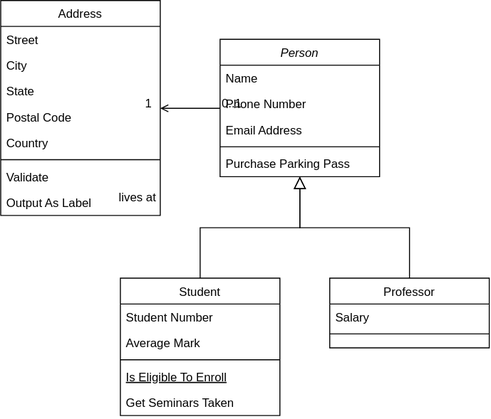
This is TestProgram.drawio.svg from Nuttph/FlowChartTestProgram, a draw.io export, as it was before one commit. Source tidied: cells renumbered, new cells last; positions are measured from the earlier drawing's top-left corner, leaving out a move shared by most shapes.
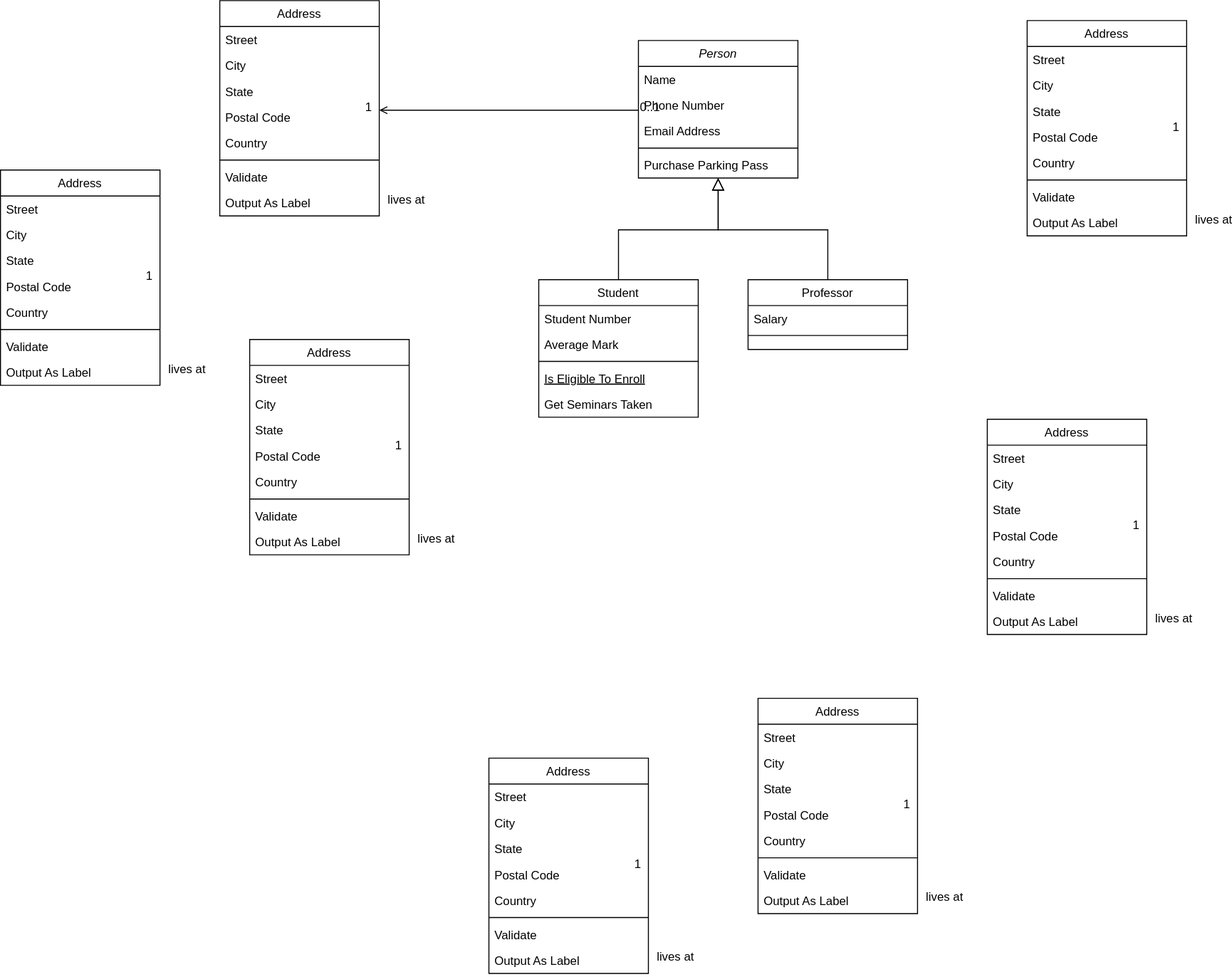
The same file after the commit.

The edit, as a diff of the source:
```diff
@@ -54,7 +54,7 @@
       <mxGeometry relative="1" as="geometry" />
     </mxCell>
     <mxCell id="19" value="Address" style="swimlane;fontStyle=0;align=center;verticalAlign=top;horizontal=1;startSize=26;rounded=0;shadow=0;strokeWidth=1;" parent="1" vertex="1">
-      <mxGeometry width="160" height="216" as="geometry" />
+      <mxGeometry x="-200" y="-1" width="160" height="216" as="geometry" />
     </mxCell>
     <mxCell id="20" value="Street" style="text;align=left;verticalAlign=top;spacingLeft=4;spacingRight=4;overflow=hidden;" parent="19" vertex="1">
       <mxGeometry y="26" width="160" height="26" as="geometry" />
@@ -100,5 +100,203 @@
         <mxPoint x="-38" y="40" as="offset" />
       </mxGeometry>
     </mxCell>
+    <mxCell id="32" value="Address" style="swimlane;fontStyle=0;align=center;verticalAlign=top;horizontal=1;startSize=26;rounded=0;shadow=0;strokeWidth=1;" parent="1" vertex="1">
+      <mxGeometry x="-170" y="339" width="160" height="216" as="geometry" />
+    </mxCell>
+    <mxCell id="33" value="Street" style="text;align=left;verticalAlign=top;spacingLeft=4;spacingRight=4;overflow=hidden;" parent="32" vertex="1">
+      <mxGeometry y="26" width="160" height="26" as="geometry" />
+    </mxCell>
+    <mxCell id="34" value="City" style="text;align=left;verticalAlign=top;spacingLeft=4;spacingRight=4;overflow=hidden;rounded=0;shadow=0;html=0;" parent="32" vertex="1">
+      <mxGeometry y="52" width="160" height="26" as="geometry" />
+    </mxCell>
+    <mxCell id="35" value="State" style="text;align=left;verticalAlign=top;spacingLeft=4;spacingRight=4;overflow=hidden;rounded=0;shadow=0;html=0;" parent="32" vertex="1">
+      <mxGeometry y="78" width="160" height="26" as="geometry" />
+    </mxCell>
+    <mxCell id="36" value="Postal Code" style="text;align=left;verticalAlign=top;spacingLeft=4;spacingRight=4;overflow=hidden;rounded=0;shadow=0;html=0;" parent="32" vertex="1">
+      <mxGeometry y="104" width="160" height="26" as="geometry" />
+    </mxCell>
+    <mxCell id="37" value="Country" style="text;align=left;verticalAlign=top;spacingLeft=4;spacingRight=4;overflow=hidden;rounded=0;shadow=0;html=0;" parent="32" vertex="1">
+      <mxGeometry y="130" width="160" height="26" as="geometry" />
+    </mxCell>
+    <mxCell id="38" style="line;html=1;strokeWidth=1;align=left;verticalAlign=middle;spacingTop=-1;spacingLeft=3;spacingRight=3;labelPosition=right;" parent="32" vertex="1">
+      <mxGeometry y="156" width="160" height="8" as="geometry" />
+    </mxCell>
+    <mxCell id="39" value="Validate" style="text;align=left;verticalAlign=top;spacingLeft=4;spacingRight=4;overflow=hidden;" parent="32" vertex="1">
+      <mxGeometry y="164" width="160" height="26" as="geometry" />
+    </mxCell>
+    <mxCell id="40" value="Output As Label" style="text;align=left;verticalAlign=top;spacingLeft=4;spacingRight=4;overflow=hidden;" parent="32" vertex="1">
+      <mxGeometry y="190" width="160" height="26" as="geometry" />
+    </mxCell>
+    <mxCell id="41" value="1" style="align=right;verticalAlign=bottom;labelBackgroundColor=none;fontSize=12;" parent="1" vertex="1">
+      <mxGeometry x="-17" y="453" as="geometry" />
+    </mxCell>
+    <mxCell id="42" value="lives at" style="text;html=1;align=center;verticalAlign=middle;labelBackgroundColor=none;rounded=0;shadow=0;strokeWidth=1;fontSize=12;" parent="1" vertex="1">
+      <mxGeometry x="16" y="538" as="geometry" />
+    </mxCell>
+    <mxCell id="43" value="Address" style="swimlane;fontStyle=0;align=center;verticalAlign=top;horizontal=1;startSize=26;rounded=0;shadow=0;strokeWidth=1;" parent="1" vertex="1">
+      <mxGeometry x="340" y="699" width="160" height="216" as="geometry" />
+    </mxCell>
+    <mxCell id="44" value="Street" style="text;align=left;verticalAlign=top;spacingLeft=4;spacingRight=4;overflow=hidden;" parent="43" vertex="1">
+      <mxGeometry y="26" width="160" height="26" as="geometry" />
+    </mxCell>
+    <mxCell id="45" value="City" style="text;align=left;verticalAlign=top;spacingLeft=4;spacingRight=4;overflow=hidden;rounded=0;shadow=0;html=0;" parent="43" vertex="1">
+      <mxGeometry y="52" width="160" height="26" as="geometry" />
+    </mxCell>
+    <mxCell id="46" value="State" style="text;align=left;verticalAlign=top;spacingLeft=4;spacingRight=4;overflow=hidden;rounded=0;shadow=0;html=0;" parent="43" vertex="1">
+      <mxGeometry y="78" width="160" height="26" as="geometry" />
+    </mxCell>
+    <mxCell id="47" value="Postal Code" style="text;align=left;verticalAlign=top;spacingLeft=4;spacingRight=4;overflow=hidden;rounded=0;shadow=0;html=0;" parent="43" vertex="1">
+      <mxGeometry y="104" width="160" height="26" as="geometry" />
+    </mxCell>
+    <mxCell id="48" value="Country" style="text;align=left;verticalAlign=top;spacingLeft=4;spacingRight=4;overflow=hidden;rounded=0;shadow=0;html=0;" parent="43" vertex="1">
+      <mxGeometry y="130" width="160" height="26" as="geometry" />
+    </mxCell>
+    <mxCell id="49" style="line;html=1;strokeWidth=1;align=left;verticalAlign=middle;spacingTop=-1;spacingLeft=3;spacingRight=3;labelPosition=right;" parent="43" vertex="1">
+      <mxGeometry y="156" width="160" height="8" as="geometry" />
+    </mxCell>
+    <mxCell id="50" value="Validate" style="text;align=left;verticalAlign=top;spacingLeft=4;spacingRight=4;overflow=hidden;" parent="43" vertex="1">
+      <mxGeometry y="164" width="160" height="26" as="geometry" />
+    </mxCell>
+    <mxCell id="51" value="Output As Label" style="text;align=left;verticalAlign=top;spacingLeft=4;spacingRight=4;overflow=hidden;" parent="43" vertex="1">
+      <mxGeometry y="190" width="160" height="26" as="geometry" />
+    </mxCell>
+    <mxCell id="52" value="1" style="align=right;verticalAlign=bottom;labelBackgroundColor=none;fontSize=12;" parent="1" vertex="1">
+      <mxGeometry x="493" y="813" as="geometry" />
+    </mxCell>
+    <mxCell id="53" value="lives at" style="text;html=1;align=center;verticalAlign=middle;labelBackgroundColor=none;rounded=0;shadow=0;strokeWidth=1;fontSize=12;" parent="1" vertex="1">
+      <mxGeometry x="526" y="898" as="geometry" />
+    </mxCell>
+    <mxCell id="54" value="Address" style="swimlane;fontStyle=0;align=center;verticalAlign=top;horizontal=1;startSize=26;rounded=0;shadow=0;strokeWidth=1;" parent="1" vertex="1">
+      <mxGeometry x="610" y="19" width="160" height="216" as="geometry" />
+    </mxCell>
+    <mxCell id="55" value="Street" style="text;align=left;verticalAlign=top;spacingLeft=4;spacingRight=4;overflow=hidden;" parent="54" vertex="1">
+      <mxGeometry y="26" width="160" height="26" as="geometry" />
+    </mxCell>
+    <mxCell id="56" value="City" style="text;align=left;verticalAlign=top;spacingLeft=4;spacingRight=4;overflow=hidden;rounded=0;shadow=0;html=0;" parent="54" vertex="1">
+      <mxGeometry y="52" width="160" height="26" as="geometry" />
+    </mxCell>
+    <mxCell id="57" value="State" style="text;align=left;verticalAlign=top;spacingLeft=4;spacingRight=4;overflow=hidden;rounded=0;shadow=0;html=0;" parent="54" vertex="1">
+      <mxGeometry y="78" width="160" height="26" as="geometry" />
+    </mxCell>
+    <mxCell id="58" value="Postal Code" style="text;align=left;verticalAlign=top;spacingLeft=4;spacingRight=4;overflow=hidden;rounded=0;shadow=0;html=0;" parent="54" vertex="1">
+      <mxGeometry y="104" width="160" height="26" as="geometry" />
+    </mxCell>
+    <mxCell id="59" value="Country" style="text;align=left;verticalAlign=top;spacingLeft=4;spacingRight=4;overflow=hidden;rounded=0;shadow=0;html=0;" parent="54" vertex="1">
+      <mxGeometry y="130" width="160" height="26" as="geometry" />
+    </mxCell>
+    <mxCell id="60" style="line;html=1;strokeWidth=1;align=left;verticalAlign=middle;spacingTop=-1;spacingLeft=3;spacingRight=3;labelPosition=right;" parent="54" vertex="1">
+      <mxGeometry y="156" width="160" height="8" as="geometry" />
+    </mxCell>
+    <mxCell id="61" value="Validate" style="text;align=left;verticalAlign=top;spacingLeft=4;spacingRight=4;overflow=hidden;" parent="54" vertex="1">
+      <mxGeometry y="164" width="160" height="26" as="geometry" />
+    </mxCell>
+    <mxCell id="62" value="Output As Label" style="text;align=left;verticalAlign=top;spacingLeft=4;spacingRight=4;overflow=hidden;" parent="54" vertex="1">
+      <mxGeometry y="190" width="160" height="26" as="geometry" />
+    </mxCell>
+    <mxCell id="63" value="1" style="align=right;verticalAlign=bottom;labelBackgroundColor=none;fontSize=12;" parent="1" vertex="1">
+      <mxGeometry x="763" y="133" as="geometry" />
+    </mxCell>
+    <mxCell id="64" value="lives at" style="text;html=1;align=center;verticalAlign=middle;labelBackgroundColor=none;rounded=0;shadow=0;strokeWidth=1;fontSize=12;" parent="1" vertex="1">
+      <mxGeometry x="796" y="218" as="geometry" />
+    </mxCell>
+    <mxCell id="65" value="Address" style="swimlane;fontStyle=0;align=center;verticalAlign=top;horizontal=1;startSize=26;rounded=0;shadow=0;strokeWidth=1;" parent="1" vertex="1">
+      <mxGeometry x="570" y="419" width="160" height="216" as="geometry" />
+    </mxCell>
+    <mxCell id="66" value="Street" style="text;align=left;verticalAlign=top;spacingLeft=4;spacingRight=4;overflow=hidden;" parent="65" vertex="1">
+      <mxGeometry y="26" width="160" height="26" as="geometry" />
+    </mxCell>
+    <mxCell id="67" value="City" style="text;align=left;verticalAlign=top;spacingLeft=4;spacingRight=4;overflow=hidden;rounded=0;shadow=0;html=0;" parent="65" vertex="1">
+      <mxGeometry y="52" width="160" height="26" as="geometry" />
+    </mxCell>
+    <mxCell id="68" value="State" style="text;align=left;verticalAlign=top;spacingLeft=4;spacingRight=4;overflow=hidden;rounded=0;shadow=0;html=0;" parent="65" vertex="1">
+      <mxGeometry y="78" width="160" height="26" as="geometry" />
+    </mxCell>
+    <mxCell id="69" value="Postal Code" style="text;align=left;verticalAlign=top;spacingLeft=4;spacingRight=4;overflow=hidden;rounded=0;shadow=0;html=0;" parent="65" vertex="1">
+      <mxGeometry y="104" width="160" height="26" as="geometry" />
+    </mxCell>
+    <mxCell id="70" value="Country" style="text;align=left;verticalAlign=top;spacingLeft=4;spacingRight=4;overflow=hidden;rounded=0;shadow=0;html=0;" parent="65" vertex="1">
+      <mxGeometry y="130" width="160" height="26" as="geometry" />
+    </mxCell>
+    <mxCell id="71" style="line;html=1;strokeWidth=1;align=left;verticalAlign=middle;spacingTop=-1;spacingLeft=3;spacingRight=3;labelPosition=right;" parent="65" vertex="1">
+      <mxGeometry y="156" width="160" height="8" as="geometry" />
+    </mxCell>
+    <mxCell id="72" value="Validate" style="text;align=left;verticalAlign=top;spacingLeft=4;spacingRight=4;overflow=hidden;" parent="65" vertex="1">
+      <mxGeometry y="164" width="160" height="26" as="geometry" />
+    </mxCell>
+    <mxCell id="73" value="Output As Label" style="text;align=left;verticalAlign=top;spacingLeft=4;spacingRight=4;overflow=hidden;" parent="65" vertex="1">
+      <mxGeometry y="190" width="160" height="26" as="geometry" />
+    </mxCell>
+    <mxCell id="74" value="1" style="align=right;verticalAlign=bottom;labelBackgroundColor=none;fontSize=12;" parent="1" vertex="1">
+      <mxGeometry x="723" y="533" as="geometry" />
+    </mxCell>
+    <mxCell id="75" value="lives at" style="text;html=1;align=center;verticalAlign=middle;labelBackgroundColor=none;rounded=0;shadow=0;strokeWidth=1;fontSize=12;" parent="1" vertex="1">
+      <mxGeometry x="756" y="618" as="geometry" />
+    </mxCell>
+    <mxCell id="76" value="Address" style="swimlane;fontStyle=0;align=center;verticalAlign=top;horizontal=1;startSize=26;rounded=0;shadow=0;strokeWidth=1;" parent="1" vertex="1">
+      <mxGeometry x="70" y="759" width="160" height="216" as="geometry" />
+    </mxCell>
+    <mxCell id="77" value="Street" style="text;align=left;verticalAlign=top;spacingLeft=4;spacingRight=4;overflow=hidden;" parent="76" vertex="1">
+      <mxGeometry y="26" width="160" height="26" as="geometry" />
+    </mxCell>
+    <mxCell id="78" value="City" style="text;align=left;verticalAlign=top;spacingLeft=4;spacingRight=4;overflow=hidden;rounded=0;shadow=0;html=0;" parent="76" vertex="1">
+      <mxGeometry y="52" width="160" height="26" as="geometry" />
+    </mxCell>
+    <mxCell id="79" value="State" style="text;align=left;verticalAlign=top;spacingLeft=4;spacingRight=4;overflow=hidden;rounded=0;shadow=0;html=0;" parent="76" vertex="1">
+      <mxGeometry y="78" width="160" height="26" as="geometry" />
+    </mxCell>
+    <mxCell id="80" value="Postal Code" style="text;align=left;verticalAlign=top;spacingLeft=4;spacingRight=4;overflow=hidden;rounded=0;shadow=0;html=0;" parent="76" vertex="1">
+      <mxGeometry y="104" width="160" height="26" as="geometry" />
+    </mxCell>
+    <mxCell id="81" value="Country" style="text;align=left;verticalAlign=top;spacingLeft=4;spacingRight=4;overflow=hidden;rounded=0;shadow=0;html=0;" parent="76" vertex="1">
+      <mxGeometry y="130" width="160" height="26" as="geometry" />
+    </mxCell>
+    <mxCell id="82" style="line;html=1;strokeWidth=1;align=left;verticalAlign=middle;spacingTop=-1;spacingLeft=3;spacingRight=3;labelPosition=right;" parent="76" vertex="1">
+      <mxGeometry y="156" width="160" height="8" as="geometry" />
+    </mxCell>
+    <mxCell id="83" value="Validate" style="text;align=left;verticalAlign=top;spacingLeft=4;spacingRight=4;overflow=hidden;" parent="76" vertex="1">
+      <mxGeometry y="164" width="160" height="26" as="geometry" />
+    </mxCell>
+    <mxCell id="84" value="Output As Label" style="text;align=left;verticalAlign=top;spacingLeft=4;spacingRight=4;overflow=hidden;" parent="76" vertex="1">
+      <mxGeometry y="190" width="160" height="26" as="geometry" />
+    </mxCell>
+    <mxCell id="85" value="1" style="align=right;verticalAlign=bottom;labelBackgroundColor=none;fontSize=12;" parent="1" vertex="1">
+      <mxGeometry x="223" y="873" as="geometry" />
+    </mxCell>
+    <mxCell id="86" value="lives at" style="text;html=1;align=center;verticalAlign=middle;labelBackgroundColor=none;rounded=0;shadow=0;strokeWidth=1;fontSize=12;" parent="1" vertex="1">
+      <mxGeometry x="256" y="958" as="geometry" />
+    </mxCell>
+    <mxCell id="87" value="Address" style="swimlane;fontStyle=0;align=center;verticalAlign=top;horizontal=1;startSize=26;rounded=0;shadow=0;strokeWidth=1;" parent="1" vertex="1">
+      <mxGeometry x="-420" y="169" width="160" height="216" as="geometry" />
+    </mxCell>
+    <mxCell id="88" value="Street" style="text;align=left;verticalAlign=top;spacingLeft=4;spacingRight=4;overflow=hidden;" parent="87" vertex="1">
+      <mxGeometry y="26" width="160" height="26" as="geometry" />
+    </mxCell>
+    <mxCell id="89" value="City" style="text;align=left;verticalAlign=top;spacingLeft=4;spacingRight=4;overflow=hidden;rounded=0;shadow=0;html=0;" parent="87" vertex="1">
+      <mxGeometry y="52" width="160" height="26" as="geometry" />
+    </mxCell>
+    <mxCell id="90" value="State" style="text;align=left;verticalAlign=top;spacingLeft=4;spacingRight=4;overflow=hidden;rounded=0;shadow=0;html=0;" parent="87" vertex="1">
+      <mxGeometry y="78" width="160" height="26" as="geometry" />
+    </mxCell>
+    <mxCell id="91" value="Postal Code" style="text;align=left;verticalAlign=top;spacingLeft=4;spacingRight=4;overflow=hidden;rounded=0;shadow=0;html=0;" parent="87" vertex="1">
+      <mxGeometry y="104" width="160" height="26" as="geometry" />
+    </mxCell>
+    <mxCell id="92" value="Country" style="text;align=left;verticalAlign=top;spacingLeft=4;spacingRight=4;overflow=hidden;rounded=0;shadow=0;html=0;" parent="87" vertex="1">
+      <mxGeometry y="130" width="160" height="26" as="geometry" />
+    </mxCell>
+    <mxCell id="93" style="line;html=1;strokeWidth=1;align=left;verticalAlign=middle;spacingTop=-1;spacingLeft=3;spacingRight=3;labelPosition=right;" parent="87" vertex="1">
+      <mxGeometry y="156" width="160" height="8" as="geometry" />
+    </mxCell>
+    <mxCell id="94" value="Validate" style="text;align=left;verticalAlign=top;spacingLeft=4;spacingRight=4;overflow=hidden;" parent="87" vertex="1">
+      <mxGeometry y="164" width="160" height="26" as="geometry" />
+    </mxCell>
+    <mxCell id="95" value="Output As Label" style="text;align=left;verticalAlign=top;spacingLeft=4;spacingRight=4;overflow=hidden;" parent="87" vertex="1">
+      <mxGeometry y="190" width="160" height="26" as="geometry" />
+    </mxCell>
+    <mxCell id="96" value="1" style="align=right;verticalAlign=bottom;labelBackgroundColor=none;fontSize=12;" parent="1" vertex="1">
+      <mxGeometry x="-267" y="283" as="geometry" />
+    </mxCell>
+    <mxCell id="97" value="lives at" style="text;html=1;align=center;verticalAlign=middle;labelBackgroundColor=none;rounded=0;shadow=0;strokeWidth=1;fontSize=12;" parent="1" vertex="1">
+      <mxGeometry x="-234" y="368" as="geometry" />
+    </mxCell>
   </root>
 </mxGraphModel>
```
